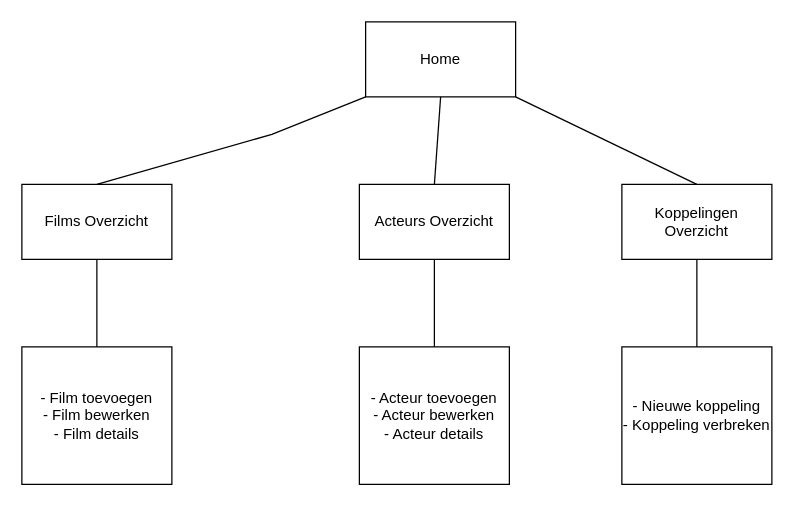
The draw.io diagram Navigatiestructuur/Navigatiestructuur Movibro Furkan Kara.drawio in FkArA9708/Project_film, before the edit. Source tidied: cells renumbered, new cells numbered last; positions are measured from the earlier drawing's top-left corner, leaving out a move shared by most shapes. Both pictures are drawn from the tidied source at 125%, with x=0, y=0 at pixel (21, 21).
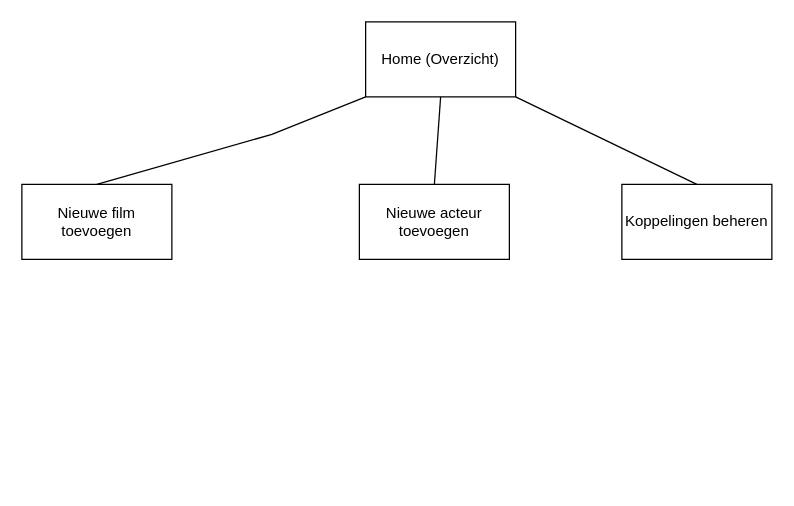
Above is the later version.

Change to the diagram source:
```diff
@@
 <mxGraphModel>
   <root>
     <mxCell id="0" />
     <mxCell id="1" parent="0" />
-    <mxCell id="2" value="Home" style="rounded=0;whiteSpace=wrap;html=1;" parent="1" vertex="1">
+    <mxCell id="2" value="Home (Overzicht)" style="rounded=0;whiteSpace=wrap;html=1;" parent="1" vertex="1">
       <mxGeometry x="275" width="120" height="60" as="geometry" />
     </mxCell>
     <mxCell id="3" style="endArrow=none;html=1;rounded=0;entryX=0;entryY=1;entryDx=0;entryDy=0;" parent="1" edge="1" target="2">
       <mxGeometry relative="1" as="geometry">
         <mxPoint x="60" y="130" as="sourcePoint" />
         <Array as="points">
           <mxPoint x="200" y="90" />
         </Array>
       </mxGeometry>
     </mxCell>
-    <mxCell id="4" value="Films Overzicht" style="rounded=0;whiteSpace=wrap;html=1;" parent="1" vertex="1">
+    <mxCell id="4" value="Nieuwe film toevoegen" style="rounded=0;whiteSpace=wrap;html=1;" parent="1" vertex="1">
       <mxGeometry y="130" width="120" height="60" as="geometry" />
     </mxCell>
     <mxCell id="5" style="endArrow=none;html=1;rounded=0;entryX=0.5;entryY=1;entryDx=0;entryDy=0;" parent="1" edge="1" target="2">
       <mxGeometry relative="1" as="geometry">
         <mxPoint x="330" y="130" as="sourcePoint" />
       </mxGeometry>
     </mxCell>
-    <mxCell id="6" value="Acteurs Overzicht" style="rounded=0;whiteSpace=wrap;html=1;" parent="1" vertex="1">
+    <mxCell id="6" value="Nieuwe acteur toevoegen" style="rounded=0;whiteSpace=wrap;html=1;" parent="1" vertex="1">
       <mxGeometry x="270" y="130" width="120" height="60" as="geometry" />
     </mxCell>
     <mxCell id="7" style="endArrow=none;html=1;rounded=0;entryX=1;entryY=1;entryDx=0;entryDy=0;" parent="1" edge="1" target="2">
       <mxGeometry relative="1" as="geometry">
         <mxPoint x="540" y="130" as="sourcePoint" />
       </mxGeometry>
     </mxCell>
-    <mxCell id="8" value="Koppelingen Overzicht" style="rounded=0;whiteSpace=wrap;html=1;" parent="1" vertex="1">
+    <mxCell id="8" value="Koppelingen beheren" style="rounded=0;whiteSpace=wrap;html=1;" parent="1" vertex="1">
       <mxGeometry x="480" y="130" width="120" height="60" as="geometry" />
     </mxCell>
-    <mxCell id="9" style="endArrow=none;html=1;rounded=0;entryX=0.5;entryY=1;entryDx=0;entryDy=0;" parent="1" edge="1" target="4">
-      <mxGeometry relative="1" as="geometry">
-        <mxPoint x="60" y="260" as="sourcePoint" />
-      </mxGeometry>
-    </mxCell>
-    <mxCell id="10" value="- Film toevoegen&lt;div&gt;- Film bewerken&lt;/div&gt;&lt;div&gt;- Film details&lt;/div&gt;" style="rounded=0;whiteSpace=wrap;html=1;" parent="1" vertex="1">
-      <mxGeometry y="260" width="120" height="110" as="geometry" />
-    </mxCell>
-    <mxCell id="11" style="endArrow=none;html=1;rounded=0;entryX=0.5;entryY=1;entryDx=0;entryDy=0;" parent="1" edge="1" target="6">
-      <mxGeometry relative="1" as="geometry">
-        <mxPoint x="330" y="260" as="sourcePoint" />
-      </mxGeometry>
-    </mxCell>
-    <mxCell id="12" value="- Acteur toevoegen&lt;div&gt;- Acteur bewerken&lt;/div&gt;&lt;div&gt;- Acteur details&lt;/div&gt;" style="rounded=0;whiteSpace=wrap;html=1;" parent="1" vertex="1">
-      <mxGeometry x="270" y="260" width="120" height="110" as="geometry" />
-    </mxCell>
-    <mxCell id="13" style="endArrow=none;html=1;rounded=0;entryX=0.5;entryY=1;entryDx=0;entryDy=0;" parent="1" edge="1" target="8">
-      <mxGeometry relative="1" as="geometry">
-        <mxPoint x="540" y="260" as="sourcePoint" />
-      </mxGeometry>
-    </mxCell>
-    <mxCell id="14" value="- Nieuwe koppeling&lt;div&gt;- Koppeling verbreken&lt;/div&gt;" style="rounded=0;whiteSpace=wrap;html=1;" parent="1" vertex="1">
-      <mxGeometry x="480" y="260" width="120" height="110" as="geometry" />
-    </mxCell>
   </root>
 </mxGraphModel>
```
